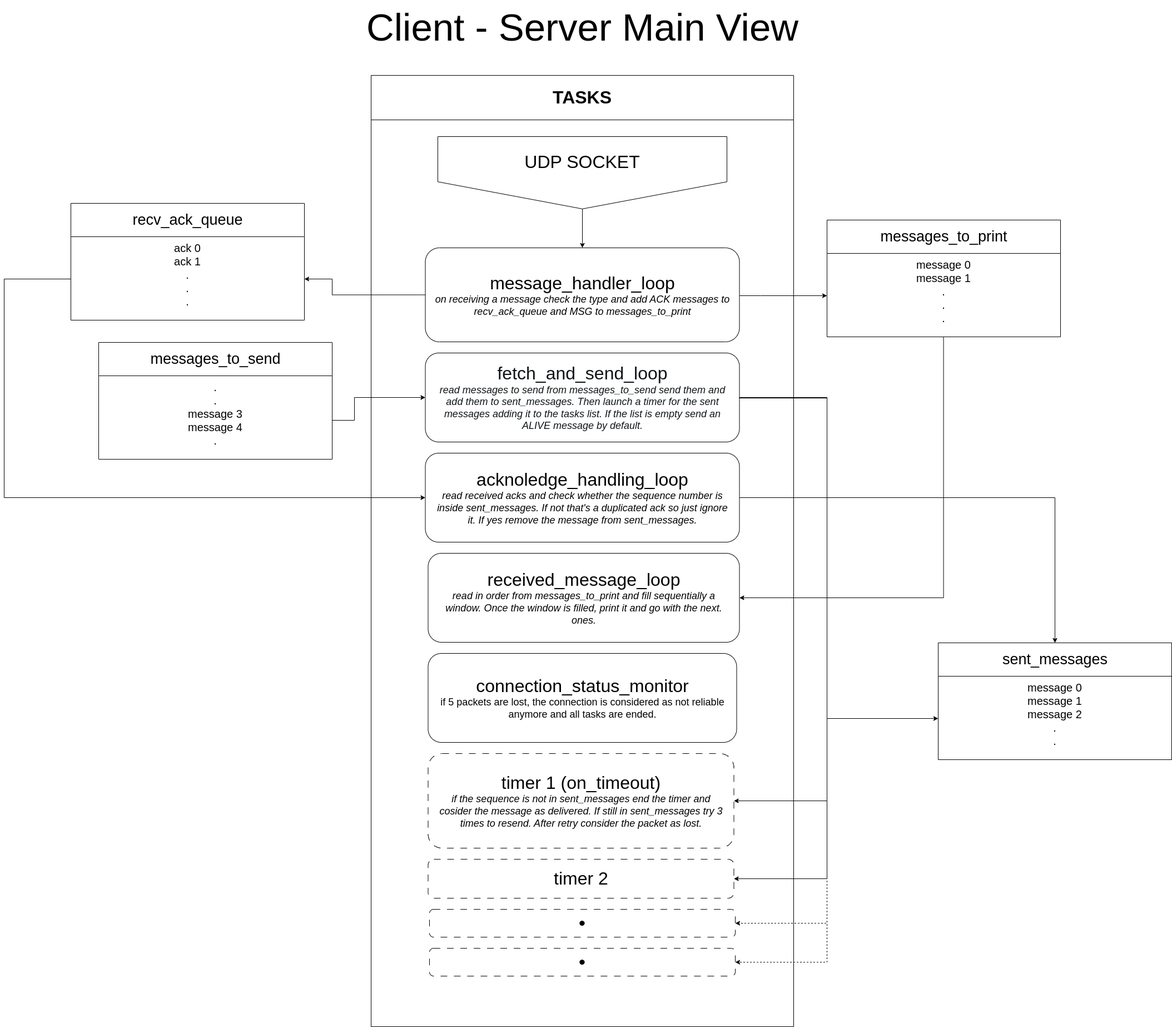
Before: docs/main-view.png, a diagram exported from draw.io (waelkarman/asynchronous-messages-exchanger). Source tidied: cells renumbered, new cells last; positions are measured from the earlier drawing's top-left corner, leaving out a move shared by most shapes.
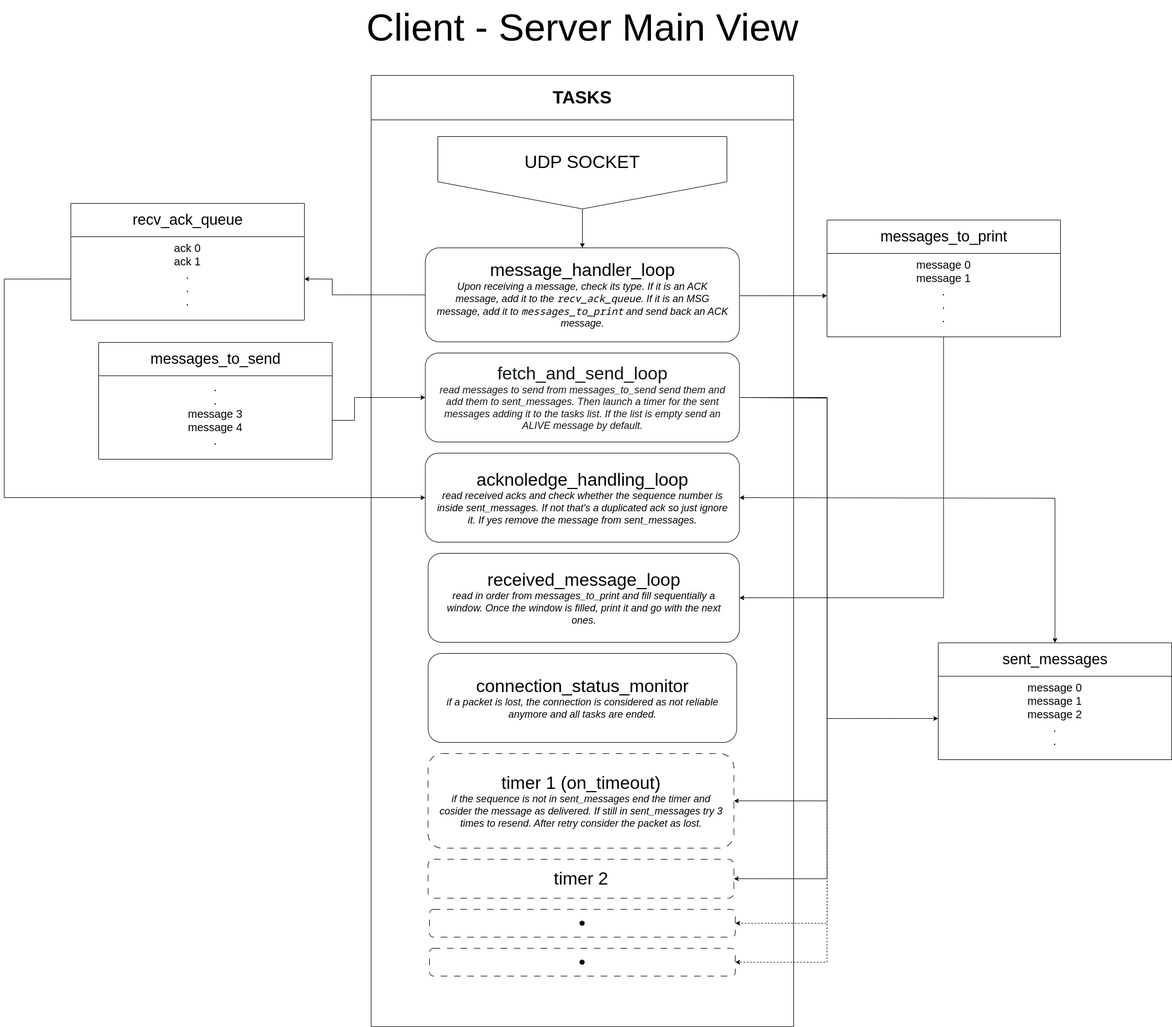
The same diagram one commit later.

Change to the diagram source:
```diff
@@ -39,7 +39,7 @@
     <mxCell id="10" value="&lt;font style=&quot;font-size: 32px;&quot;&gt;TASKS&lt;/font&gt;" style="swimlane;whiteSpace=wrap;html=1;startSize=80;" parent="1" vertex="1">
       <mxGeometry x="660" y="135" width="760" height="1710" as="geometry" />
     </mxCell>
-    <mxCell id="11" value="&lt;font style=&quot;&quot;&gt;&lt;font style=&quot;font-size: 32px;&quot;&gt;message_handler_loop&lt;/font&gt;&lt;br&gt;&lt;span style=&quot;font-size: 18px;&quot;&gt;&lt;i&gt;on receiving a message check the type and add ACK messages to recv_ack_queue and MSG to messages_to_print&lt;/i&gt;&lt;/span&gt;&lt;/font&gt;" style="rounded=1;whiteSpace=wrap;html=1;spacingLeft=15;spacingRight=15;" parent="10" vertex="1">
+    <mxCell id="11" value="&lt;font style=&quot;font-size: 18px;&quot;&gt;&lt;font style=&quot;font-size: 32px;&quot;&gt;message_handler_loop&lt;/font&gt;&lt;br&gt;&lt;i&gt;Upon receiving a message, check its type. If it is an ACK message, add it to the &lt;code&gt;recv_ack_queue&lt;/code&gt;. If it is an MSG message, add it to &lt;code&gt;messages_to_print&lt;/code&gt; and send back an ACK message.&lt;/i&gt;&lt;br&gt;&lt;/font&gt;" style="rounded=1;whiteSpace=wrap;html=1;spacingLeft=15;spacingRight=15;" parent="10" vertex="1">
       <mxGeometry x="97.5" y="310" width="565" height="169" as="geometry" />
     </mxCell>
     <mxCell id="12" style="edgeStyle=orthogonalEdgeStyle;rounded=0;jettySize=auto;html=1;exitX=1;exitY=0.5;exitDx=0;exitDy=0;entryX=1;entryY=0.5;entryDx=0;entryDy=0;" parent="10" edge="1" source="16" target="20">
@@ -80,10 +80,10 @@
     <mxCell id="17" value="&lt;font style=&quot;&quot;&gt;&lt;font style=&quot;font-size: 32px;&quot;&gt;acknoledge_handling_loop&lt;/font&gt;&lt;br&gt;&lt;span style=&quot;font-size: 18px;&quot;&gt;&lt;i&gt;read received acks and check whether the sequence number is inside sent_messages. If not that's a duplicated ack so just ignore it. If yes remove the message from sent_messages.&lt;/i&gt;&lt;/span&gt;&lt;/font&gt;" style="rounded=1;whiteSpace=wrap;html=1;perimeterSpacing=0;spacingLeft=15;spacingRight=15;" parent="10" vertex="1">
       <mxGeometry x="97.5" y="679" width="565" height="160" as="geometry" />
     </mxCell>
-    <mxCell id="18" value="&lt;font style=&quot;&quot;&gt;&lt;font style=&quot;font-size: 32px;&quot;&gt;received_message_loop&lt;/font&gt;&lt;br&gt;&lt;span style=&quot;font-size: 18px;&quot;&gt;&lt;i&gt;read in order from messages_to_print and fill sequentially a window. Once the window is filled, print it and go with the next. ones.&lt;/i&gt;&lt;/span&gt;&lt;/font&gt;" style="rounded=1;whiteSpace=wrap;html=1;spacingRight=15;spacingLeft=15;" parent="10" vertex="1">
+    <mxCell id="18" value="&lt;font style=&quot;&quot;&gt;&lt;font style=&quot;font-size: 32px;&quot;&gt;received_message_loop&lt;/font&gt;&lt;br&gt;&lt;span style=&quot;font-size: 18px;&quot;&gt;&lt;i&gt;read in order from messages_to_print and fill sequentially a window. Once the window is filled, print it and go with the next ones.&lt;/i&gt;&lt;/span&gt;&lt;/font&gt;" style="rounded=1;whiteSpace=wrap;html=1;spacingRight=15;spacingLeft=15;" parent="10" vertex="1">
       <mxGeometry x="102.5" y="859" width="560" height="160" as="geometry" />
     </mxCell>
-    <mxCell id="19" value="&lt;font style=&quot;&quot;&gt;&lt;span style=&quot;font-size: 32px;&quot;&gt;connection_status_monitor&lt;/span&gt;&lt;br&gt;&lt;font style=&quot;font-size: 18px;&quot;&gt;if 5 packets are lost, the connection is considered as not reliable anymore and all tasks are ended.&lt;/font&gt;&lt;/font&gt;" style="rounded=1;whiteSpace=wrap;html=1;spacingLeft=15;spacingRight=15;" parent="10" vertex="1">
+    <mxCell id="19" value="&lt;font style=&quot;&quot;&gt;&lt;span style=&quot;font-size: 32px;&quot;&gt;connection_status_monitor&lt;/span&gt;&lt;br&gt;&lt;font style=&quot;font-size: 18px;&quot;&gt;&lt;i&gt;if a packet is lost, the connection is considered as not reliable anymore and all tasks are ended.&lt;/i&gt;&lt;/font&gt;&lt;/font&gt;" style="rounded=1;whiteSpace=wrap;html=1;spacingLeft=15;spacingRight=15;" parent="10" vertex="1">
       <mxGeometry x="102.5" y="1039" width="555" height="160" as="geometry" />
     </mxCell>
     <mxCell id="20" value="&lt;font style=&quot;&quot;&gt;&lt;font style=&quot;font-size: 32px;&quot;&gt;timer 1 (on_timeout)&lt;/font&gt;&lt;br&gt;&lt;i style=&quot;font-size: 18px;&quot;&gt;if the sequence is not in sent_messages end the timer and cosider the message as delivered. I&lt;/i&gt;&lt;/font&gt;&lt;i style=&quot;font-size: 18px; background-color: initial;&quot;&gt;f still in sent_messages try 3 times to resend. After retry consider the packet as lost.&lt;/i&gt;" style="rounded=1;whiteSpace=wrap;html=1;dashed=1;dashPattern=12 12;spacingLeft=15;spacingRight=15;" parent="10" vertex="1">
@@ -155,11 +155,15 @@
         </Array>
       </mxGeometry>
     </mxCell>
+    <mxCell id="37" value="&lt;font style=&quot;font-size: 69px;&quot;&gt;Client - Server Main View&lt;/font&gt;" style="text;html=1;align=center;verticalAlign=middle;strokeColor=none;fillColor=none;" parent="1" vertex="1">
+      <mxGeometry x="640" width="800" height="100" as="geometry" />
+    </mxCell>
-    <mxCell id="36" style="edgeStyle=orthogonalEdgeStyle;rounded=0;jettySize=auto;html=1;exitX=1;exitY=0.5;exitDx=0;exitDy=0;entryX=0.5;entryY=0;entryDx=0;entryDy=0;" parent="1" edge="1" source="17" target="27">
-      <mxGeometry relative="1" as="geometry" />
+    <mxCell id="36" style="endArrow=classic;startArrow=classic;html=1;rounded=0;entryX=0.5;entryY=0;entryDx=0;entryDy=0;exitX=1;exitY=0.5;exitDx=0;exitDy=0;" parent="1" edge="1" source="17" target="27">
+      <mxGeometry relative="1" as="geometry">
+        <Array as="points">
+          <mxPoint x="1890" y="895" />
+        </Array>
+      </mxGeometry>
     </mxCell>
-    <mxCell id="37" value="&lt;font style=&quot;font-size: 69px;&quot;&gt;Client - Server Main View&lt;/font&gt;" style="text;html=1;align=center;verticalAlign=middle;strokeColor=none;fillColor=none;" parent="1" vertex="1">
-      <mxGeometry x="640" width="800" height="100" as="geometry" />
-    </mxCell>
   </root>
 </mxGraphModel>
```
